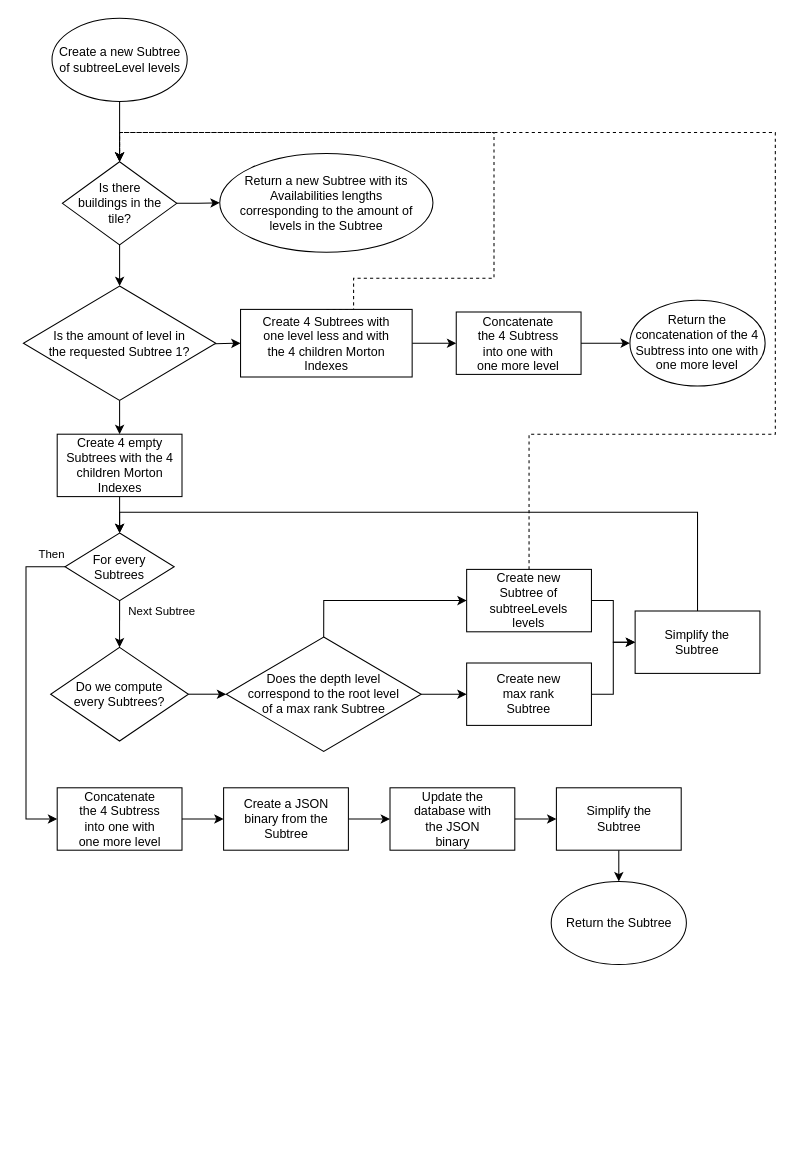
Earlier version of the draw.io diagram tb_fr_latex/assets/figures/createSubtree-flowchart.drawio (IEscher/incubator-baremaps-TB-ian). Source tidied: cells renumbered, new cells numbered last; positions are measured from the earlier drawing's top-left corner, leaving out a move shared by most shapes. Both pictures are drawn from the tidied source at 104%, with x=0, y=0 at pixel (23, 18).
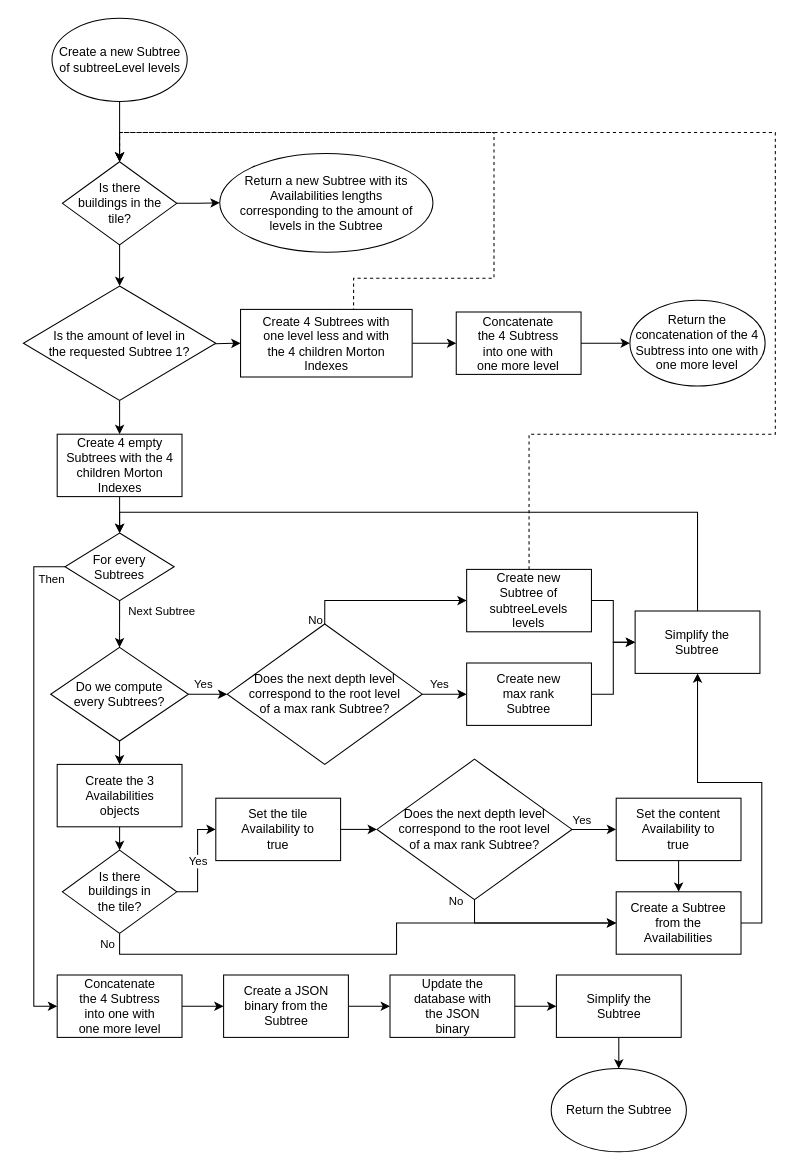
Above is the later version.

The change refers to these unchanged cells:
```xml
<mxCell id="20" style="edgeStyle=orthogonalEdgeStyle;rounded=0;jettySize=auto;html=1;exitX=1;exitY=0.5;exitDx=0;exitDy=0;entryX=0;entryY=0.5;entryDx=0;entryDy=0;" parent="1" edge="1" source="21" target="24">
  <mxGeometry relative="1" as="geometry" />
</mxCell>
<mxCell id="21" value="Do we compute every Subtrees?" style="rhombus;whiteSpace=wrap;html=1;spacing=20;" parent="1" vertex="1">
  <mxGeometry x="26.2" y="605" width="132.5" height="90" as="geometry" />
</mxCell>
<mxCell id="22" style="edgeStyle=orthogonalEdgeStyle;rounded=0;jettySize=auto;html=1;exitX=1;exitY=0.5;exitDx=0;exitDy=0;entryX=0;entryY=0.5;entryDx=0;entryDy=0;" parent="1" edge="1" source="24" target="31">
  <mxGeometry relative="1" as="geometry" />
</mxCell>
<mxCell id="23" style="edgeStyle=orthogonalEdgeStyle;rounded=0;jettySize=auto;html=1;exitX=0.5;exitY=0;exitDx=0;exitDy=0;entryX=0;entryY=0.5;entryDx=0;entryDy=0;" parent="1" edge="1" source="24" target="34">
  <mxGeometry relative="1" as="geometry" />
</mxCell>
<mxCell id="29" value="For every Subtrees" style="rhombus;whiteSpace=wrap;html=1;spacing=20;" parent="1" vertex="1">
  <mxGeometry x="40" y="495" width="105" height="65" as="geometry" />
</mxCell>
<mxCell id="40" value="Simplify the Subtree" style="whiteSpace=wrap;html=1;spacing=20;" parent="1" vertex="1">
  <mxGeometry x="588.2" y="570" width="120" height="60" as="geometry" />
</mxCell>
```

What changed in the source:
```diff
@@
+    <mxCell id="46" value="Yes" style="edgeLabel;html=1;align=center;verticalAlign=middle;" parent="20" vertex="1">
+      <mxGeometry x="-0.23" y="2" relative="1" as="geometry">
+        <mxPoint y="-8" as="offset" />
+      </mxGeometry>
+    </mxCell>
+    <mxCell id="47" style="edgeStyle=orthogonalEdgeStyle;rounded=0;jettySize=auto;html=1;exitX=0.5;exitY=1;exitDx=0;exitDy=0;entryX=0.5;entryY=0;entryDx=0;entryDy=0;" parent="1" edge="1" source="21" target="67">
+      <mxGeometry relative="1" as="geometry" />
+    </mxCell>
@@
+    <mxCell id="48" value="Yes" style="edgeLabel;html=1;align=center;verticalAlign=middle;" parent="22" vertex="1">
+      <mxGeometry x="-0.04" relative="1" as="geometry">
+        <mxPoint x="-4" y="-10" as="offset" />
+      </mxGeometry>
+    </mxCell>
@@
+    <mxCell id="49" value="No" style="edgeLabel;html=1;align=center;verticalAlign=middle;" parent="23" vertex="1">
+      <mxGeometry x="-0.83" y="2" relative="1" as="geometry">
+        <mxPoint x="-7" y="10" as="offset" />
+      </mxGeometry>
+    </mxCell>
-    <mxCell id="24" value="Does the depth level correspond to the root level of a max rank Subtree" style="rhombus;whiteSpace=wrap;html=1;shadow=0;fontFamily=Helvetica;fontSize=12;align=center;strokeWidth=1;spacing=20;spacingTop=0;spacingRight=0;" parent="1" vertex="1">
-      <mxGeometry x="195" y="595" width="187.5" height="110" as="geometry" />
+    <mxCell id="24" value="Does the next depth level correspond to the root level of a max rank Subtree?" style="rhombus;whiteSpace=wrap;html=1;shadow=0;fontFamily=Helvetica;fontSize=12;align=center;strokeWidth=1;spacing=20;spacingTop=0;spacingRight=0;" parent="1" vertex="1">
+      <mxGeometry x="196" y="582.5" width="187.5" height="135" as="geometry" />
     </mxCell>
@@
     <mxCell id="27" style="edgeStyle=orthogonalEdgeStyle;rounded=0;jettySize=auto;html=1;exitX=0;exitY=0.5;exitDx=0;exitDy=0;entryX=0;entryY=0.5;entryDx=0;entryDy=0;" parent="1" edge="1" source="29" target="36">
       <mxGeometry relative="1" as="geometry">
         <Array as="points">
-          <mxPoint x="2.5" y="528" />
-          <mxPoint x="2.5" y="770" />
+          <mxPoint x="10" y="528" />
+          <mxPoint x="10" y="950" />
         </Array>
       </mxGeometry>
     </mxCell>
     <mxCell id="28" value="Then" style="edgeLabel;html=1;align=center;verticalAlign=middle;" parent="27" vertex="1">
       <mxGeometry x="-0.84" y="1" relative="1" as="geometry">
-        <mxPoint x="11" y="-13" as="offset" />
+        <mxPoint x="15" y="4" as="offset" />
       </mxGeometry>
     </mxCell>
@@
     <mxCell id="36" value="Concatenate the 4 Subtress into one with one more level" style="whiteSpace=wrap;html=1;spacing=20;" parent="1" vertex="1">
-      <mxGeometry x="32.5" y="740" width="120" height="60" as="geometry" />
+      <mxGeometry x="32.5" y="920" width="120" height="60" as="geometry" />
     </mxCell>
@@
     <mxCell id="38" value="Simplify the Subtree" style="whiteSpace=wrap;html=1;spacing=20;" parent="1" vertex="1">
-      <mxGeometry x="512.5" y="740" width="120" height="60" as="geometry" />
+      <mxGeometry x="512.5" y="920" width="120" height="60" as="geometry" />
     </mxCell>
@@
     <mxCell id="42" value="Update the database with the JSON binary" style="whiteSpace=wrap;html=1;spacing=20;" parent="1" vertex="1">
-      <mxGeometry x="352.5" y="740" width="120" height="60" as="geometry" />
+      <mxGeometry x="352.5" y="920" width="120" height="60" as="geometry" />
     </mxCell>
@@
     <mxCell id="44" value="Create a JSON binary from the Subtree" style="whiteSpace=wrap;html=1;spacing=20;" parent="1" vertex="1">
-      <mxGeometry x="192.5" y="740" width="120" height="60" as="geometry" />
+      <mxGeometry x="192.5" y="920" width="120" height="60" as="geometry" />
     </mxCell>
     <mxCell id="45" value="Return the Subtree" style="ellipse;whiteSpace=wrap;html=1;" parent="1" vertex="1">
-      <mxGeometry x="507.5" y="830" width="130" height="80" as="geometry" />
+      <mxGeometry x="507.5" y="1010" width="130" height="80" as="geometry" />
     </mxCell>
+    <mxCell id="50" style="edgeStyle=orthogonalEdgeStyle;rounded=0;jettySize=auto;html=1;exitX=1;exitY=0.5;exitDx=0;exitDy=0;entryX=0;entryY=0.5;entryDx=0;entryDy=0;" parent="1" edge="1" source="54" target="56">
+      <mxGeometry relative="1" as="geometry" />
+    </mxCell>
+    <mxCell id="51" value="Yes" style="edgeLabel;html=1;align=center;verticalAlign=middle;" parent="50" vertex="1">
+      <mxGeometry x="-0.24" y="-3" relative="1" as="geometry">
+        <mxPoint x="-3" y="-13" as="offset" />
+      </mxGeometry>
+    </mxCell>
+    <mxCell id="52" style="edgeStyle=orthogonalEdgeStyle;rounded=0;jettySize=auto;html=1;exitX=0.5;exitY=1;exitDx=0;exitDy=0;entryX=0;entryY=0.5;entryDx=0;entryDy=0;" parent="1" edge="1" source="54" target="65">
+      <mxGeometry relative="1" as="geometry" />
+    </mxCell>
+    <mxCell id="53" value="No" style="edgeLabel;html=1;align=center;verticalAlign=middle;" parent="52" vertex="1">
+      <mxGeometry x="-0.98" y="1" relative="1" as="geometry">
+        <mxPoint x="-13" y="5" as="offset" />
+      </mxGeometry>
+    </mxCell>
+    <mxCell id="54" value="Is there buildings in the tile?" style="rhombus;whiteSpace=wrap;html=1;spacing=20;" parent="1" vertex="1">
+      <mxGeometry x="37.5" y="800" width="110" height="80" as="geometry" />
+    </mxCell>
+    <mxCell id="55" style="edgeStyle=orthogonalEdgeStyle;rounded=0;jettySize=auto;html=1;exitX=1;exitY=0.5;exitDx=0;exitDy=0;entryX=0;entryY=0.5;entryDx=0;entryDy=0;" parent="1" edge="1" source="56" target="61">
+      <mxGeometry relative="1" as="geometry" />
+    </mxCell>
+    <mxCell id="56" value="Set the tile Availability to true" style="whiteSpace=wrap;html=1;spacing=20;" parent="1" vertex="1">
+      <mxGeometry x="185" y="750" width="120" height="60" as="geometry" />
+    </mxCell>
+    <mxCell id="57" style="edgeStyle=orthogonalEdgeStyle;rounded=0;jettySize=auto;html=1;exitX=1;exitY=0.5;exitDx=0;exitDy=0;entryX=0;entryY=0.5;entryDx=0;entryDy=0;" parent="1" edge="1" source="61" target="63">
+      <mxGeometry relative="1" as="geometry" />
+    </mxCell>
+    <mxCell id="58" value="Yes" style="edgeLabel;html=1;align=center;verticalAlign=middle;" parent="57" vertex="1">
+      <mxGeometry x="-0.18" y="2" relative="1" as="geometry">
+        <mxPoint x="-8" y="-8" as="offset" />
+      </mxGeometry>
+    </mxCell>
+    <mxCell id="59" style="edgeStyle=orthogonalEdgeStyle;rounded=0;jettySize=auto;html=1;exitX=0.5;exitY=1;exitDx=0;exitDy=0;entryX=0;entryY=0.5;entryDx=0;entryDy=0;" parent="1" edge="1" source="61" target="65">
+      <mxGeometry relative="1" as="geometry">
+        <Array as="points">
+          <mxPoint x="434" y="870" />
+        </Array>
+      </mxGeometry>
+    </mxCell>
+    <mxCell id="60" value="No" style="edgeLabel;html=1;align=center;verticalAlign=middle;" parent="59" vertex="1">
+      <mxGeometry x="-0.39" relative="1" as="geometry">
+        <mxPoint x="-44" y="-22" as="offset" />
+      </mxGeometry>
+    </mxCell>
+    <mxCell id="61" value="Does the next depth level correspond to the root level of a max rank Subtree?" style="rhombus;whiteSpace=wrap;html=1;shadow=0;fontFamily=Helvetica;fontSize=12;align=center;strokeWidth=1;spacing=20;spacingTop=0;spacingRight=0;" parent="1" vertex="1">
+      <mxGeometry x="340" y="712.5" width="187.5" height="135" as="geometry" />
+    </mxCell>
+    <mxCell id="62" style="edgeStyle=orthogonalEdgeStyle;rounded=0;jettySize=auto;html=1;exitX=0.5;exitY=1;exitDx=0;exitDy=0;entryX=0.5;entryY=0;entryDx=0;entryDy=0;" parent="1" edge="1" source="63" target="65">
+      <mxGeometry relative="1" as="geometry" />
+    </mxCell>
+    <mxCell id="63" value="Set the content Availability to true" style="whiteSpace=wrap;html=1;spacing=20;" parent="1" vertex="1">
+      <mxGeometry x="570" y="750" width="120" height="60" as="geometry" />
+    </mxCell>
+    <mxCell id="64" style="edgeStyle=orthogonalEdgeStyle;rounded=0;jettySize=auto;html=1;exitX=1;exitY=0.5;exitDx=0;exitDy=0;entryX=0.5;entryY=1;entryDx=0;entryDy=0;" parent="1" edge="1" source="65" target="40">
+      <mxGeometry relative="1" as="geometry" />
+    </mxCell>
+    <mxCell id="65" value="Create a Subtree from the Availabilities" style="whiteSpace=wrap;html=1;spacing=10;" parent="1" vertex="1">
+      <mxGeometry x="570" y="840" width="120" height="60" as="geometry" />
+    </mxCell>
+    <mxCell id="66" style="edgeStyle=orthogonalEdgeStyle;rounded=0;jettySize=auto;html=1;exitX=0.5;exitY=1;exitDx=0;exitDy=0;entryX=0.5;entryY=0;entryDx=0;entryDy=0;" parent="1" edge="1" source="67" target="54">
+      <mxGeometry relative="1" as="geometry" />
+    </mxCell>
+    <mxCell id="67" value="Create the 3 Availabilities objects" style="whiteSpace=wrap;html=1;spacing=20;" parent="1" vertex="1">
+      <mxGeometry x="32.5" y="717.5" width="120" height="60" as="geometry" />
+    </mxCell>
```
